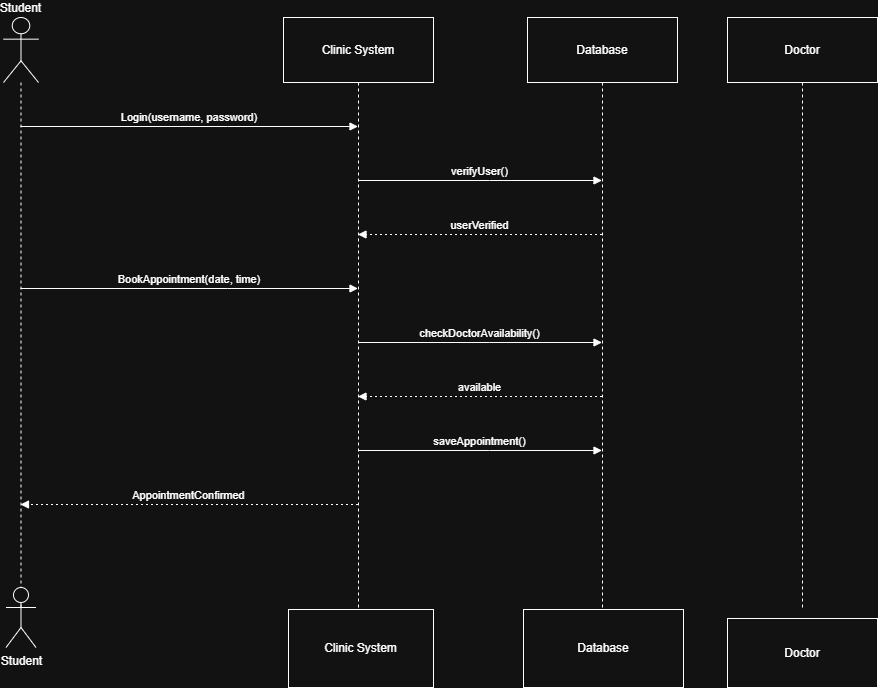
Before: design/Sequence Diagram.drawio.png, a diagram exported from draw.io (jiveshs21-cmd/University-Clinic-System-). Source tidied: cells renumbered, new cells last; positions are measured from the earlier drawing's top-left corner, leaving out a move shared by most shapes.
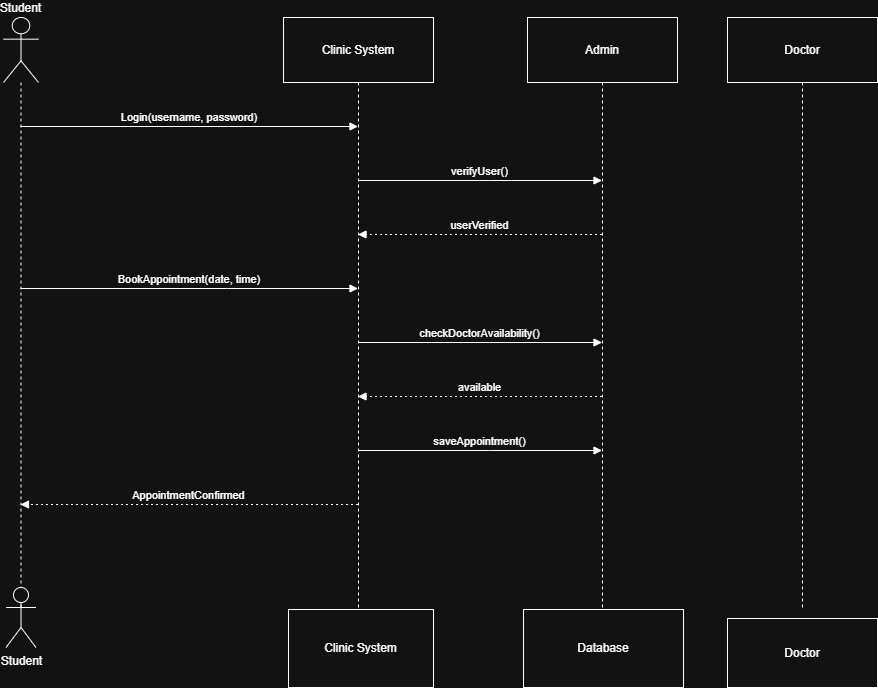
After the commit.

What changed in the source:
```diff
@@ -8,7 +8,7 @@
     <mxCell id="3" value="Clinic System" style="shape=umlLifeline;perimeter=lifelinePerimeter;whiteSpace=wrap;outlineConnect=0;portConstraint=eastwest;newEdgeStyle={&quot;edgeStyle&quot;:&quot;elbowEdgeStyle&quot;,&quot;elbow&quot;:&quot;vertical&quot;,&quot;curved&quot;:0,&quot;rounded&quot;:0};size=65;" parent="1" vertex="1">
       <mxGeometry x="280" width="150" height="592" as="geometry" />
     </mxCell>
-    <mxCell id="4" value="Database" style="shape=umlLifeline;perimeter=lifelinePerimeter;whiteSpace=wrap;outlineConnect=0;portConstraint=eastwest;newEdgeStyle={&quot;edgeStyle&quot;:&quot;elbowEdgeStyle&quot;,&quot;elbow&quot;:&quot;vertical&quot;,&quot;curved&quot;:0,&quot;rounded&quot;:0};size=65;" parent="1" vertex="1">
+    <mxCell id="4" value="Admin" style="shape=umlLifeline;perimeter=lifelinePerimeter;whiteSpace=wrap;outlineConnect=0;portConstraint=eastwest;newEdgeStyle={&quot;edgeStyle&quot;:&quot;elbowEdgeStyle&quot;,&quot;elbow&quot;:&quot;vertical&quot;,&quot;curved&quot;:0,&quot;rounded&quot;:0};size=65;" parent="1" vertex="1">
       <mxGeometry x="524" width="150" height="592" as="geometry" />
     </mxCell>
     <mxCell id="5" value="Doctor" style="shape=umlLifeline;perimeter=lifelinePerimeter;whiteSpace=wrap;newEdgeStyle={&quot;edgeStyle&quot;:&quot;elbowEdgeStyle&quot;,&quot;elbow&quot;:&quot;vertical&quot;,&quot;curved&quot;:0,&quot;rounded&quot;:0};size=65;" parent="1" vertex="1">
```
